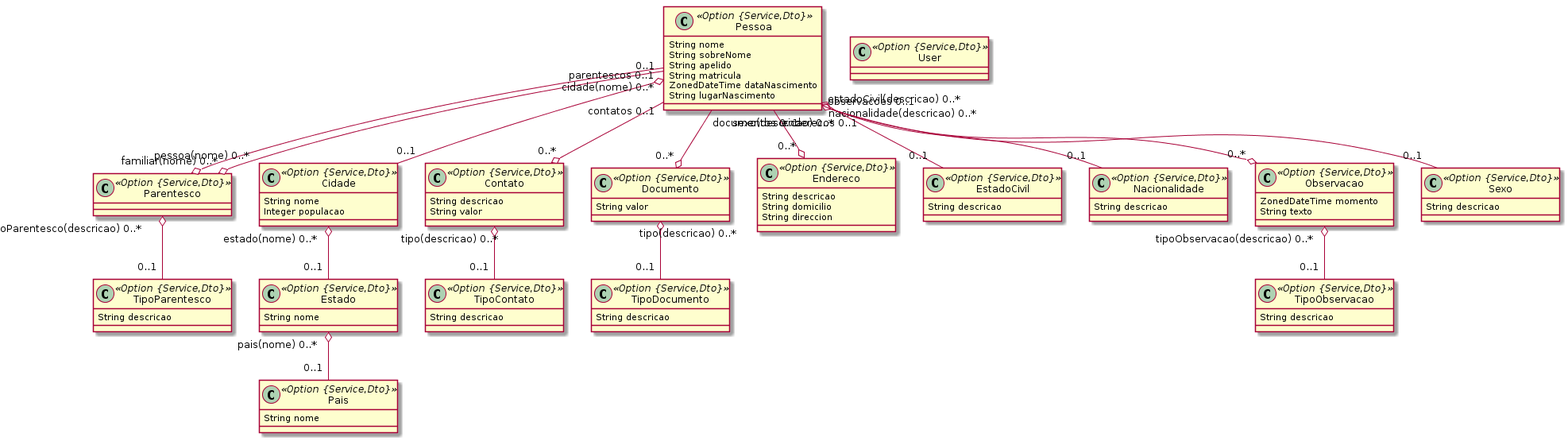
Before: empleados.png, a diagram exported from PlantUML (munifgebara/generator-jhipster).
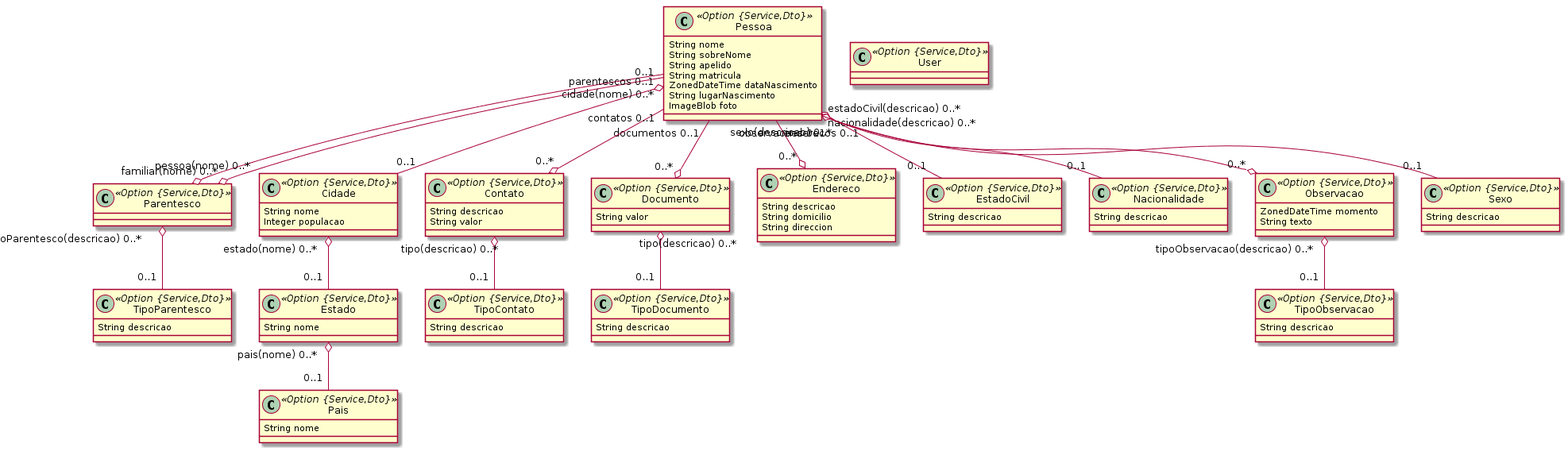
Later version of the same file.

The edit, as a diff of the source:
```diff
@@ -46,6 +46,7 @@
 		String matricula
 		ZonedDateTime dataNascimento
 		String lugarNascimento
+		ImageBlob foto
 	}
 	class Sexo <<Option {Service,Dto}>> {
 		String descricao
```
